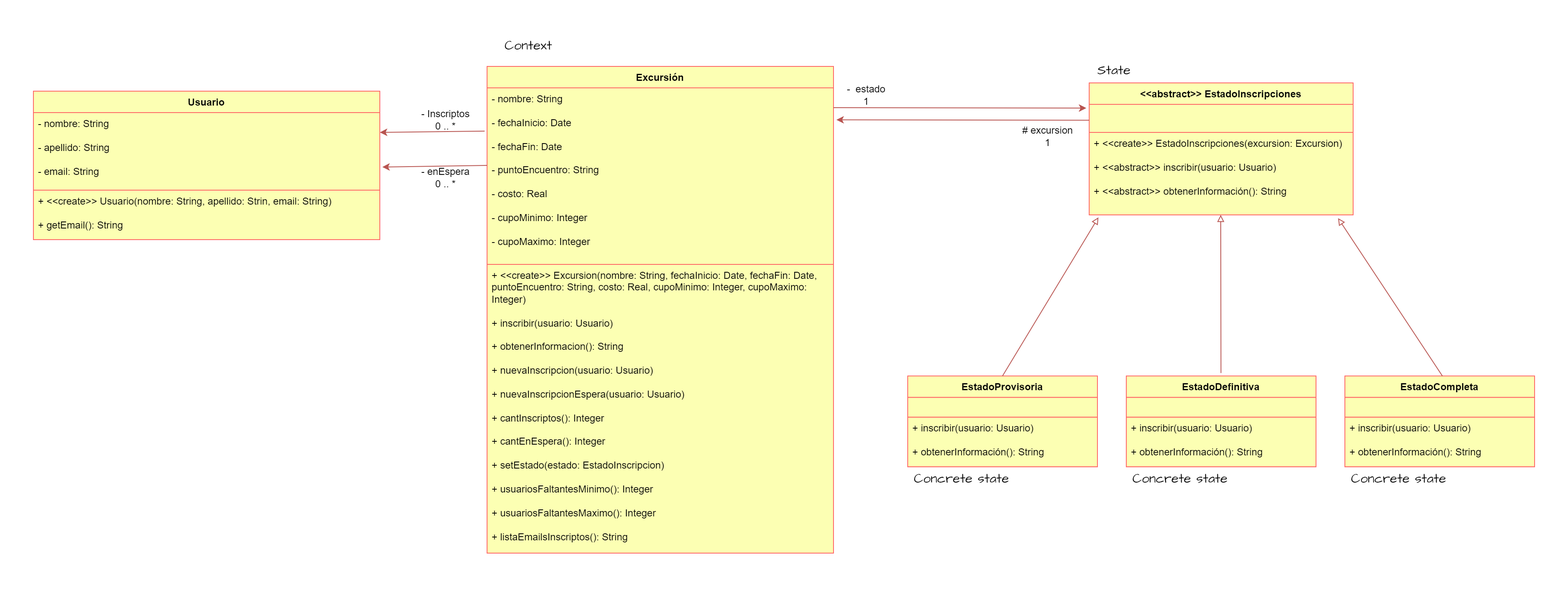
NicolasCaporal/Sistemas_UNLP keeps this draw.io diagram as 3er_Año/Orientación_a_Objetos_2/Patrones/Ejercicio09-Excursiones/Excursion_UML.png. Above is the earlier version. Source tidied: cells renumbered, new cells last; positions are measured from the earlier drawing's top-left corner, leaving out a move shared by most shapes.
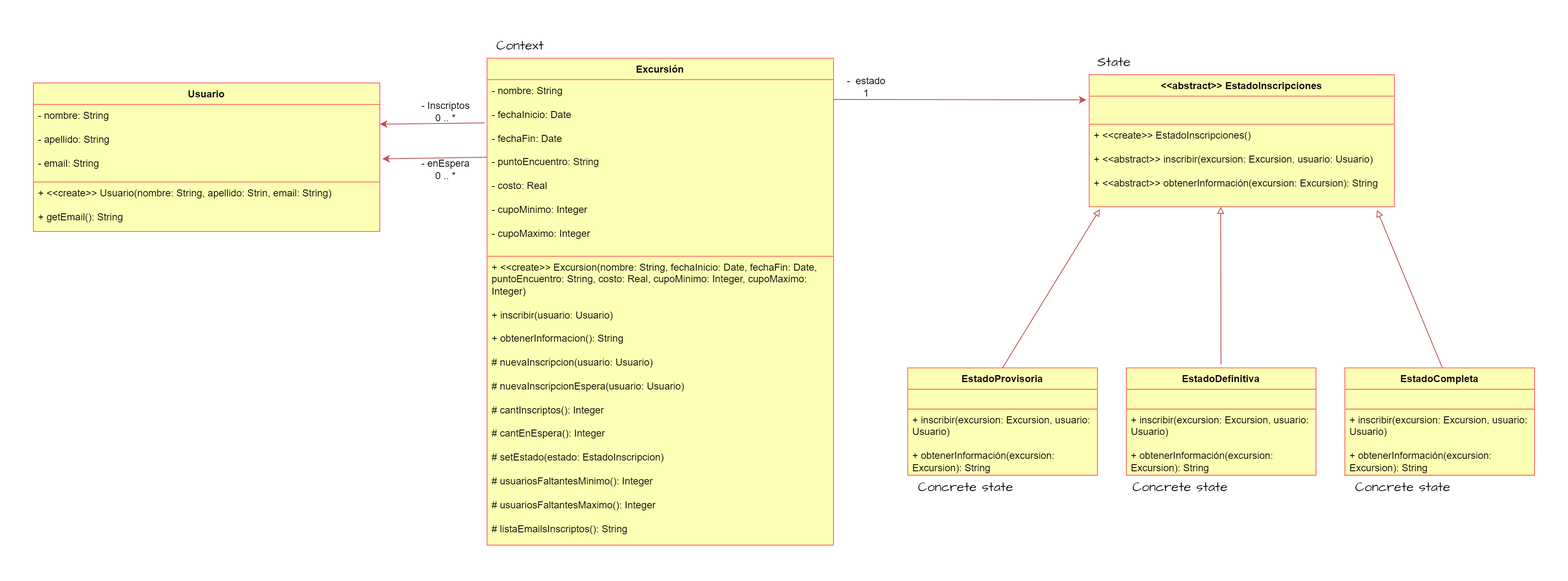
After the change.

Change to the diagram source:
```diff
@@ -8,20 +8,20 @@
     <mxCell id="3" value="- nombre: String&lt;div&gt;&lt;br&gt;&lt;div&gt;- fechaInicio: Date&lt;/div&gt;&lt;div&gt;&lt;br&gt;&lt;/div&gt;&lt;div&gt;- fechaFin: Date&lt;/div&gt;&lt;div&gt;&lt;br&gt;&lt;/div&gt;&lt;div&gt;- puntoEncuentro: String&lt;/div&gt;&lt;div&gt;&lt;br&gt;&lt;/div&gt;&lt;div&gt;- costo: Real&lt;/div&gt;&lt;div&gt;&lt;br&gt;&lt;/div&gt;&lt;div&gt;- cupoMinimo: Integer&lt;/div&gt;&lt;div&gt;&lt;br&gt;&lt;/div&gt;&lt;div&gt;- cupoMaximo: Integer&lt;/div&gt;&lt;/div&gt;" style="text;strokeColor=#FF6666;fillColor=#FCFFB3;align=left;verticalAlign=top;spacingLeft=4;spacingRight=4;overflow=hidden;points=[[0,0.5],[1,0.5]];portConstraint=eastwest;whiteSpace=wrap;html=1;fontSize=12;fontFamily=Helvetica;" parent="2" vertex="1">
       <mxGeometry y="26" width="420" height="214" as="geometry" />
     </mxCell>
-    <mxCell id="4" value="+ &amp;lt;&amp;lt;create&amp;gt;&amp;gt; Excursion(nombre: String, fechaInicio: Date, fechaFin: Date, puntoEncuentro: String, costo: Real, cupoMinimo: Integer, cupoMaximo: Integer)&lt;div&gt;&lt;br&gt;&lt;/div&gt;&lt;div&gt;+ inscribir(usuario: Usuario)&lt;/div&gt;&lt;div&gt;&lt;br&gt;&lt;/div&gt;&lt;div&gt;+ obtenerInformacion(): String&lt;/div&gt;&lt;div&gt;&lt;br&gt;&lt;/div&gt;&lt;div&gt;+ nuevaInscripcion(usuario: Usuario)&lt;/div&gt;&lt;div&gt;&lt;br&gt;&lt;/div&gt;&lt;div&gt;+ nuevaInscripcionEspera(usuario: Usuario)&lt;/div&gt;&lt;div&gt;&lt;br&gt;&lt;/div&gt;&lt;div&gt;+ cantInscriptos(): Integer&lt;/div&gt;&lt;div&gt;&lt;br&gt;&lt;/div&gt;&lt;div&gt;+ cantEnEspera(): Integer&lt;/div&gt;&lt;div&gt;&lt;br&gt;&lt;/div&gt;&lt;div&gt;+ setEstado(estado: EstadoInscripcion)&lt;/div&gt;&lt;div&gt;&lt;br&gt;&lt;/div&gt;&lt;div&gt;+ usuariosFaltantesMinimo(): Integer&lt;/div&gt;&lt;div&gt;&lt;br&gt;&lt;/div&gt;&lt;div&gt;+ usuariosFaltantesMaximo(): Integer&lt;/div&gt;&lt;div&gt;&lt;br&gt;&lt;/div&gt;&lt;div&gt;+ listaEmailsInscriptos(): String&lt;/div&gt;" style="text;strokeColor=#FF6666;fillColor=#FCFFB3;align=left;verticalAlign=top;spacingLeft=4;spacingRight=4;overflow=hidden;whiteSpace=wrap;html=1;fontSize=12;fontFamily=Helvetica;" parent="2" vertex="1">
+    <mxCell id="4" value="+ &amp;lt;&amp;lt;create&amp;gt;&amp;gt; Excursion(nombre: String, fechaInicio: Date, fechaFin: Date, puntoEncuentro: String, costo: Real, cupoMinimo: Integer, cupoMaximo: Integer)&lt;div&gt;&lt;br&gt;&lt;/div&gt;&lt;div&gt;+ inscribir(usuario: Usuario)&lt;/div&gt;&lt;div&gt;&lt;br&gt;&lt;/div&gt;&lt;div&gt;+ obtenerInformacion(): String&lt;/div&gt;&lt;div&gt;&lt;br&gt;&lt;/div&gt;&lt;div&gt;# nuevaInscripcion(usuario: Usuario)&lt;/div&gt;&lt;div&gt;&lt;br&gt;&lt;/div&gt;&lt;div&gt;# nuevaInscripcionEspera(usuario: Usuario)&lt;/div&gt;&lt;div&gt;&lt;br&gt;&lt;/div&gt;&lt;div&gt;# cantInscriptos(): Integer&lt;/div&gt;&lt;div&gt;&lt;br&gt;&lt;/div&gt;&lt;div&gt;# cantEnEspera(): Integer&lt;/div&gt;&lt;div&gt;&lt;br&gt;&lt;/div&gt;&lt;div&gt;# setEstado(estado: EstadoInscripcion)&lt;/div&gt;&lt;div&gt;&lt;br&gt;&lt;/div&gt;&lt;div&gt;# usuariosFaltantesMinimo(): Integer&lt;/div&gt;&lt;div&gt;&lt;br&gt;&lt;/div&gt;&lt;div&gt;# usuariosFaltantesMaximo(): Integer&lt;/div&gt;&lt;div&gt;&lt;br&gt;&lt;/div&gt;&lt;div&gt;# listaEmailsInscriptos(): String&lt;/div&gt;" style="text;strokeColor=#FF6666;fillColor=#FCFFB3;align=left;verticalAlign=top;spacingLeft=4;spacingRight=4;overflow=hidden;whiteSpace=wrap;html=1;fontSize=12;fontFamily=Helvetica;" parent="2" vertex="1">
       <mxGeometry y="240" width="420" height="350" as="geometry" />
     </mxCell>
     <mxCell id="5" value="- Inscriptos&lt;br&gt;0 .. *" style="text;html=1;strokeColor=none;fillColor=none;align=center;verticalAlign=middle;whiteSpace=wrap;rounded=0;fontSize=12;fontFamily=Helvetica;" parent="1" vertex="1">
       <mxGeometry x="460" y="90" width="80" height="30" as="geometry" />
     </mxCell>
     <mxCell id="6" value="EstadoProvisoria" style="swimlane;fontStyle=1;align=center;verticalAlign=top;horizontal=1;startSize=26;whiteSpace=wrap;html=1;rounded=0;shadow=0;labelBackgroundColor=none;comic=0;strokeColor=#FF6666;strokeWidth=1;fontFamily=Helvetica;fontSize=12;fillColor=#FCFFB3;" parent="1" vertex="1">
-      <mxGeometry x="1060" y="415.3" width="230" height="110" as="geometry" />
+      <mxGeometry x="1060" y="415.3" width="230" height="130" as="geometry" />
     </mxCell>
     <mxCell id="7" style="text;strokeColor=#FF6666;fillColor=#FCFFB3;align=left;verticalAlign=top;spacingLeft=4;spacingRight=4;overflow=hidden;whiteSpace=wrap;html=1;fontSize=12;fontFamily=Helvetica;" parent="6" vertex="1">
       <mxGeometry y="26" width="230" height="24" as="geometry" />
     </mxCell>
-    <mxCell id="8" value="+ inscribir(usuario: Usuario)&lt;div&gt;&lt;br&gt;&lt;/div&gt;&lt;div&gt;+ obtenerInformación(): String&lt;/div&gt;" style="text;strokeColor=#FF6666;fillColor=#FCFFB3;align=left;verticalAlign=top;spacingLeft=4;spacingRight=4;overflow=hidden;whiteSpace=wrap;html=1;fontSize=12;fontFamily=Helvetica;" parent="6" vertex="1">
-      <mxGeometry y="50" width="230" height="60" as="geometry" />
+    <mxCell id="8" value="+ inscribir(excursion: Excursion, usuario: Usuario)&lt;div&gt;&lt;br&gt;&lt;/div&gt;&lt;div&gt;+ obtenerInformación(&lt;span style=&quot;background-color: initial;&quot;&gt;excursion: Excursion&lt;/span&gt;&lt;span style=&quot;background-color: initial;&quot;&gt;): String&lt;/span&gt;&lt;/div&gt;" style="text;strokeColor=#FF6666;fillColor=#FCFFB3;align=left;verticalAlign=top;spacingLeft=4;spacingRight=4;overflow=hidden;whiteSpace=wrap;html=1;fontSize=12;fontFamily=Helvetica;" parent="6" vertex="1">
+      <mxGeometry y="50" width="230" height="80" as="geometry" />
     </mxCell>
     <mxCell id="9" style="endArrow=block;html=1;rounded=0;hachureGap=4;fontFamily=Architects Daughter;fontSource=https%3A%2F%2Ffonts.googleapis.com%2Fcss%3Ffamily%3DArchitects%2BDaughter;fontSize=16;fillColor=#f8cecc;strokeColor=#b85450;endFill=0;exitX=0.695;exitY=-0.022;exitDx=0;exitDy=0;exitPerimeter=0;entryX=0.035;entryY=1.03;entryDx=0;entryDy=0;entryPerimeter=0;" parent="1" edge="1" target="12">
       <mxGeometry relative="1" as="geometry">
@@ -29,31 +29,31 @@
       </mxGeometry>
     </mxCell>
     <mxCell id="10" value="&amp;lt;&amp;lt;abstract&amp;gt;&amp;gt; EstadoInscripciones" style="swimlane;fontStyle=1;align=center;verticalAlign=top;horizontal=1;startSize=26;whiteSpace=wrap;html=1;rounded=0;shadow=0;labelBackgroundColor=none;comic=0;strokeColor=#FF6666;strokeWidth=1;fontFamily=Helvetica;fontSize=12;fillColor=#FCFFB3;" parent="1" vertex="1">
-      <mxGeometry x="1280" y="60" width="320" height="160" as="geometry" />
+      <mxGeometry x="1280" y="60" width="370" height="160" as="geometry" />
     </mxCell>
     <mxCell id="11" style="text;strokeColor=#FF6666;fillColor=#FCFFB3;align=left;verticalAlign=top;spacingLeft=4;spacingRight=4;overflow=hidden;whiteSpace=wrap;html=1;fontSize=12;fontFamily=Helvetica;" parent="10" vertex="1">
-      <mxGeometry y="26" width="320" height="34" as="geometry" />
+      <mxGeometry y="26" width="370" height="34" as="geometry" />
     </mxCell>
-    <mxCell id="12" value="&lt;div style=&quot;font-size: 12px;&quot;&gt;+ &amp;lt;&amp;lt;create&amp;gt;&amp;gt; EstadoInscripciones(excursion: Excursion)&lt;/div&gt;&lt;div style=&quot;font-size: 12px;&quot;&gt;&lt;br style=&quot;font-size: 12px;&quot;&gt;&lt;/div&gt;+ &amp;lt;&amp;lt;abstract&amp;gt;&amp;gt; inscribir(usuario: Usuario)&lt;div style=&quot;font-size: 12px;&quot;&gt;&lt;br style=&quot;font-size: 12px;&quot;&gt;&lt;/div&gt;&lt;div style=&quot;font-size: 12px;&quot;&gt;+ &amp;lt;&amp;lt;abstract&amp;gt;&amp;gt; obtenerInformación(): String&lt;/div&gt;" style="text;strokeColor=#FF6666;fillColor=#FCFFB3;align=left;verticalAlign=top;spacingLeft=4;spacingRight=4;overflow=hidden;points=[[0,0.5],[1,0.5]];portConstraint=eastwest;whiteSpace=wrap;html=1;fontSize=12;fontFamily=Helvetica;" parent="10" vertex="1">
-      <mxGeometry y="60" width="320" height="100" as="geometry" />
+    <mxCell id="12" value="&lt;div style=&quot;font-size: 12px;&quot;&gt;+ &amp;lt;&amp;lt;create&amp;gt;&amp;gt; EstadoInscripciones()&lt;/div&gt;&lt;div style=&quot;font-size: 12px;&quot;&gt;&lt;br style=&quot;font-size: 12px;&quot;&gt;&lt;/div&gt;+ &amp;lt;&amp;lt;abstract&amp;gt;&amp;gt; inscribir(excursion: Excursion, usuario: Usuario)&lt;div style=&quot;font-size: 12px;&quot;&gt;&lt;br style=&quot;font-size: 12px;&quot;&gt;&lt;/div&gt;&lt;div style=&quot;font-size: 12px;&quot;&gt;+ &amp;lt;&amp;lt;abstract&amp;gt;&amp;gt; obtenerInformación(&lt;span style=&quot;background-color: initial;&quot;&gt;excursion: Excursion&lt;/span&gt;&lt;span style=&quot;background-color: initial;&quot;&gt;): String&lt;/span&gt;&lt;/div&gt;" style="text;strokeColor=#FF6666;fillColor=#FCFFB3;align=left;verticalAlign=top;spacingLeft=4;spacingRight=4;overflow=hidden;points=[[0,0.5],[1,0.5]];portConstraint=eastwest;whiteSpace=wrap;html=1;fontSize=12;fontFamily=Helvetica;" parent="10" vertex="1">
+      <mxGeometry y="60" width="370" height="100" as="geometry" />
     </mxCell>
     <mxCell id="13" value="EstadoDefinitiva" style="swimlane;fontStyle=1;align=center;verticalAlign=top;horizontal=1;startSize=26;whiteSpace=wrap;html=1;rounded=0;shadow=0;labelBackgroundColor=none;comic=0;strokeColor=#FF6666;strokeWidth=1;fontFamily=Helvetica;fontSize=12;fillColor=#FCFFB3;" parent="1" vertex="1">
-      <mxGeometry x="1325" y="415.3" width="230" height="110" as="geometry" />
+      <mxGeometry x="1325" y="415.3" width="230" height="130" as="geometry" />
     </mxCell>
     <mxCell id="14" style="text;strokeColor=#FF6666;fillColor=#FCFFB3;align=left;verticalAlign=top;spacingLeft=4;spacingRight=4;overflow=hidden;whiteSpace=wrap;html=1;fontSize=12;fontFamily=Helvetica;" parent="13" vertex="1">
       <mxGeometry y="26" width="230" height="24" as="geometry" />
     </mxCell>
-    <mxCell id="15" value="+ inscribir(usuario: Usuario)&lt;div&gt;&lt;br&gt;&lt;/div&gt;&lt;div&gt;+ obtenerInformación(): String&lt;/div&gt;" style="text;strokeColor=#FF6666;fillColor=#FCFFB3;align=left;verticalAlign=top;spacingLeft=4;spacingRight=4;overflow=hidden;whiteSpace=wrap;html=1;fontSize=12;fontFamily=Helvetica;" parent="13" vertex="1">
-      <mxGeometry y="50" width="230" height="60" as="geometry" />
+    <mxCell id="15" value="+ inscribir(excursion: Excursion, usuario: Usuario)&lt;div&gt;&lt;br&gt;&lt;/div&gt;&lt;div&gt;+ obtenerInformación(&lt;span style=&quot;background-color: initial;&quot;&gt;excursion: Excursion&lt;/span&gt;&lt;span style=&quot;background-color: initial;&quot;&gt;): String&lt;/span&gt;&lt;/div&gt;" style="text;strokeColor=#FF6666;fillColor=#FCFFB3;align=left;verticalAlign=top;spacingLeft=4;spacingRight=4;overflow=hidden;whiteSpace=wrap;html=1;fontSize=12;fontFamily=Helvetica;" parent="13" vertex="1">
+      <mxGeometry y="50" width="230" height="80" as="geometry" />
     </mxCell>
     <mxCell id="16" value="EstadoCompleta" style="swimlane;fontStyle=1;align=center;verticalAlign=top;horizontal=1;startSize=26;whiteSpace=wrap;html=1;rounded=0;shadow=0;labelBackgroundColor=none;comic=0;strokeColor=#FF6666;strokeWidth=1;fontFamily=Helvetica;fontSize=12;fillColor=#FCFFB3;" parent="1" vertex="1">
-      <mxGeometry x="1590" y="415.3" width="230" height="110" as="geometry" />
+      <mxGeometry x="1590" y="415.3" width="230" height="130" as="geometry" />
     </mxCell>
     <mxCell id="17" style="text;strokeColor=#FF6666;fillColor=#FCFFB3;align=left;verticalAlign=top;spacingLeft=4;spacingRight=4;overflow=hidden;whiteSpace=wrap;html=1;fontSize=12;fontFamily=Helvetica;" parent="16" vertex="1">
       <mxGeometry y="26" width="230" height="24" as="geometry" />
     </mxCell>
-    <mxCell id="18" value="+ inscribir(usuario: Usuario)&lt;div&gt;&lt;br&gt;&lt;/div&gt;&lt;div&gt;+ obtenerInformación(): String&lt;/div&gt;" style="text;strokeColor=#FF6666;fillColor=#FCFFB3;align=left;verticalAlign=top;spacingLeft=4;spacingRight=4;overflow=hidden;whiteSpace=wrap;html=1;fontSize=12;fontFamily=Helvetica;" parent="16" vertex="1">
-      <mxGeometry y="50" width="230" height="60" as="geometry" />
+    <mxCell id="18" value="+ inscribir(excursion: Excursion, usuario: Usuario)&lt;div&gt;&lt;br&gt;&lt;/div&gt;&lt;div&gt;+ obtenerInformación(&lt;span style=&quot;background-color: initial;&quot;&gt;excursion: Excursion&lt;/span&gt;&lt;span style=&quot;background-color: initial;&quot;&gt;): String&lt;/span&gt;&lt;/div&gt;" style="text;strokeColor=#FF6666;fillColor=#FCFFB3;align=left;verticalAlign=top;spacingLeft=4;spacingRight=4;overflow=hidden;whiteSpace=wrap;html=1;fontSize=12;fontFamily=Helvetica;" parent="16" vertex="1">
+      <mxGeometry y="50" width="230" height="80" as="geometry" />
     </mxCell>
     <mxCell id="19" style="endArrow=block;html=1;rounded=0;hachureGap=4;fontFamily=Architects Daughter;fontSource=https%3A%2F%2Ffonts.googleapis.com%2Fcss%3Ffamily%3DArchitects%2BDaughter;fontSize=16;fillColor=#f8cecc;strokeColor=#b85450;endFill=0;exitX=0.499;exitY=-0.033;exitDx=0;exitDy=0;exitPerimeter=0;entryX=0.183;entryY=1.023;entryDx=0;entryDy=0;entryPerimeter=0;" parent="1" edge="1" source="13">
       <mxGeometry relative="1" as="geometry">
@@ -94,32 +94,23 @@
         <mxPoint x="1276.5" y="90.5" as="targetPoint" />
       </mxGeometry>
     </mxCell>
-    <mxCell id="28" style="endArrow=none;html=1;rounded=0;hachureGap=4;fontFamily=Architects Daughter;fontSource=https%3A%2F%2Ffonts.googleapis.com%2Fcss%3Ffamily%3DArchitects%2BDaughter;fontSize=16;fillColor=#f8cecc;strokeColor=#b85450;endFill=0;entryX=-0.013;entryY=0.721;entryDx=0;entryDy=0;entryPerimeter=0;startArrow=classic;startFill=1;" parent="1" edge="1">
-      <mxGeometry relative="1" as="geometry">
-        <mxPoint x="973.5" y="104.7" as="sourcePoint" />
-        <mxPoint x="1280" y="105.3" as="targetPoint" />
-      </mxGeometry>
-    </mxCell>
     <mxCell id="29" value="-&amp;nbsp; estado&lt;div&gt;1&lt;/div&gt;" style="text;html=1;strokeColor=none;fillColor=none;align=center;verticalAlign=middle;whiteSpace=wrap;rounded=0;fontSize=12;fontFamily=Helvetica;" parent="1" vertex="1">
       <mxGeometry x="970" y="60" width="80" height="30" as="geometry" />
     </mxCell>
-    <mxCell id="30" value="# excursion&lt;div&gt;1&lt;/div&gt;" style="text;html=1;strokeColor=none;fillColor=none;align=center;verticalAlign=middle;whiteSpace=wrap;rounded=0;fontSize=12;fontFamily=Helvetica;" parent="1" vertex="1">
-      <mxGeometry x="1190" y="110" width="80" height="30" as="geometry" />
-    </mxCell>
     <mxCell id="31" value="Context" style="text;html=1;align=center;verticalAlign=middle;strokeColor=none;fillColor=none;fontFamily=Architects Daughter;fontSource=https%3A%2F%2Ffonts.googleapis.com%2Fcss%3Ffamily%3DArchitects%2BDaughter;fontSize=16;" parent="1" vertex="1">
-      <mxGeometry x="560" width="80" height="30" as="geometry" />
+      <mxGeometry x="550" y="10" width="80" height="30" as="geometry" />
     </mxCell>
     <mxCell id="32" value="State" style="text;html=1;align=center;verticalAlign=middle;strokeColor=none;fillColor=none;fontFamily=Architects Daughter;fontSource=https%3A%2F%2Ffonts.googleapis.com%2Fcss%3Ffamily%3DArchitects%2BDaughter;fontSize=16;" parent="1" vertex="1">
       <mxGeometry x="1280" y="30" width="60" height="30" as="geometry" />
     </mxCell>
     <mxCell id="33" value="Concrete state" style="text;html=1;align=center;verticalAlign=middle;strokeColor=none;fillColor=none;fontFamily=Architects Daughter;fontSource=https%3A%2F%2Ffonts.googleapis.com%2Fcss%3Ffamily%3DArchitects%2BDaughter;fontSize=16;" parent="1" vertex="1">
-      <mxGeometry x="1055" y="525.3" width="140" height="30" as="geometry" />
+      <mxGeometry x="1060" y="545.3" width="140" height="30" as="geometry" />
     </mxCell>
     <mxCell id="34" value="Concrete state" style="text;html=1;align=center;verticalAlign=middle;strokeColor=none;fillColor=none;fontFamily=Architects Daughter;fontSource=https%3A%2F%2Ffonts.googleapis.com%2Fcss%3Ffamily%3DArchitects%2BDaughter;fontSize=16;" parent="1" vertex="1">
-      <mxGeometry x="1320" y="525.3" width="140" height="30" as="geometry" />
+      <mxGeometry x="1320" y="545.3" width="140" height="30" as="geometry" />
     </mxCell>
     <mxCell id="35" value="Concrete state" style="text;html=1;align=center;verticalAlign=middle;strokeColor=none;fillColor=none;fontFamily=Architects Daughter;fontSource=https%3A%2F%2Ffonts.googleapis.com%2Fcss%3Ffamily%3DArchitects%2BDaughter;fontSize=16;" parent="1" vertex="1">
-      <mxGeometry x="1585" y="525.3" width="140" height="30" as="geometry" />
+      <mxGeometry x="1590" y="545.3" width="140" height="30" as="geometry" />
     </mxCell>
   </root>
 </mxGraphModel>
```
